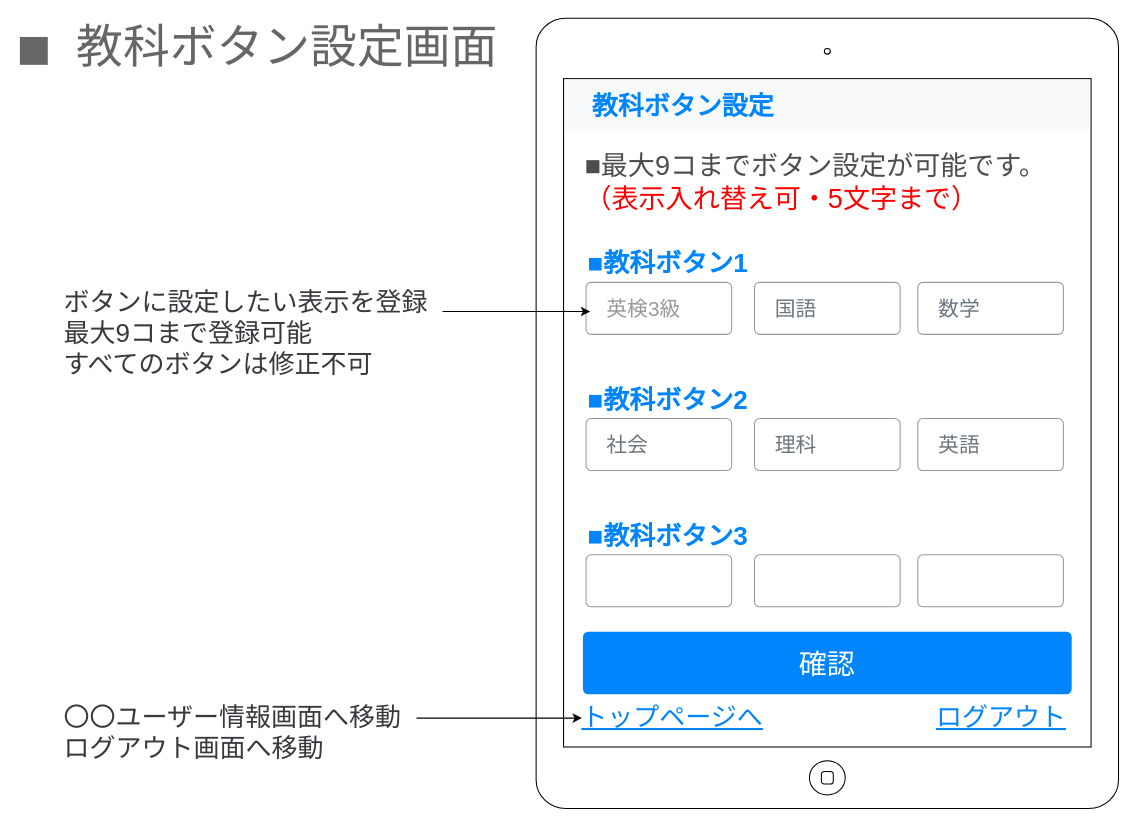
This is page "教科ボタン設定画面" (3 of 18) of 画面設計_苦手問題克服.drawio from mitsuewatanabe/practice, a draw.io file, before an edit. Source tidied: cells renumbered, new cells numbered last; positions are measured from the earlier drawing's top-left corner, leaving out a move shared by most shapes. Both pictures are drawn from the tidied source at 104%, with x=0, y=0 at pixel (18, 18).
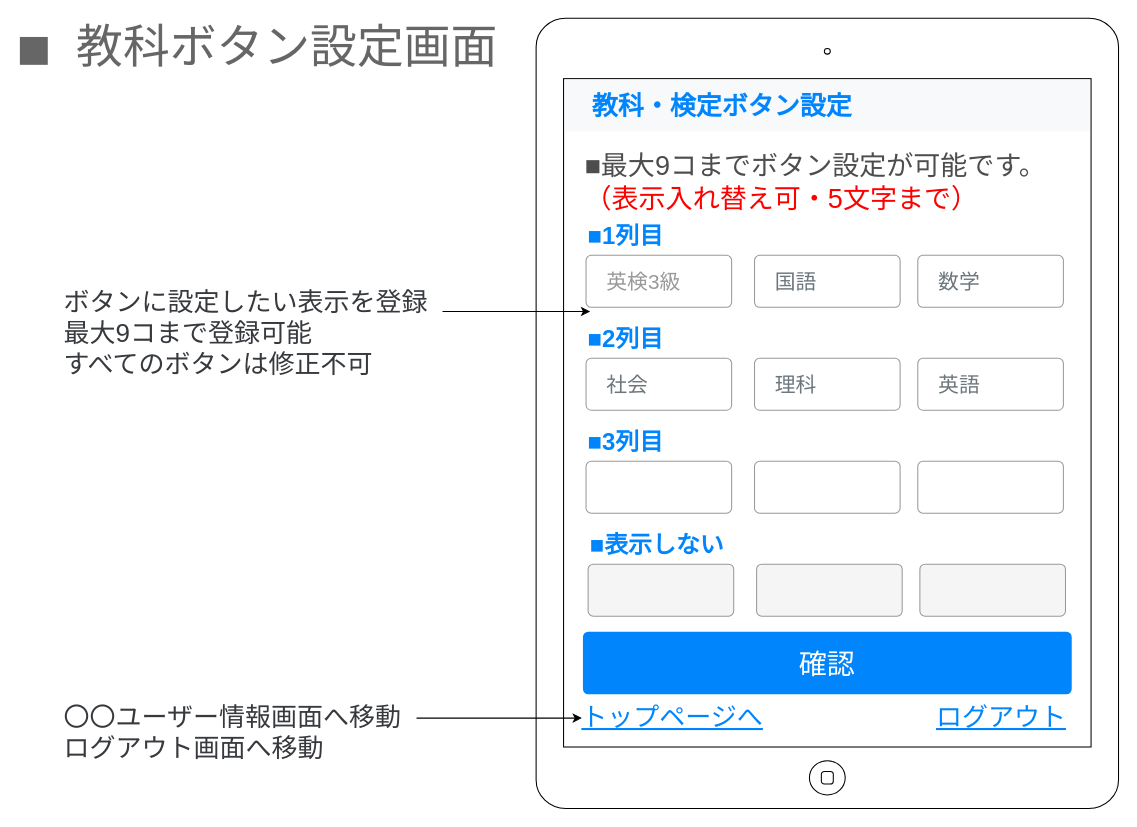
Above is the later version.

The change refers to these unchanged cells:
```xml
<mxCell id="15" style="group;" parent="14" vertex="1">
  <mxGeometry width="400" height="79" as="geometry" />
</mxCell>
<mxCell id="23" style="group;" parent="22" vertex="1">
  <mxGeometry width="400" height="79" as="geometry" />
</mxCell>
<mxCell id="31" style="group;" parent="30" vertex="1">
  <mxGeometry width="400" height="79" as="geometry" />
</mxCell>
```

The edit, as a diff of the source:
```diff
@@
-    <mxCell id="11" value="教科ボタン設定" style="text;html=1;strokeColor=none;fillColor=none;align=left;verticalAlign=middle;whiteSpace=wrap;rounded=0;fontSize=25;fontColor=#0085FC;fontStyle=1;" parent="1" vertex="1">
-      <mxGeometry x="550" y="74.4" width="258" height="19.2" as="geometry" />
+    <mxCell id="11" value="教科・検定ボタン設定" style="text;html=1;strokeColor=none;fillColor=none;align=left;verticalAlign=middle;whiteSpace=wrap;rounded=0;fontSize=25;fontColor=#0085FC;fontStyle=1;" parent="1" vertex="1">
+      <mxGeometry x="550" y="74.4" width="288" height="19.2" as="geometry" />
     </mxCell>
     <mxCell id="12" style="group;" parent="1" vertex="1">
-      <mxGeometry x="546" y="222" width="460" height="82" as="geometry" />
+      <mxGeometry x="546" y="196" width="460" height="82" as="geometry" />
     </mxCell>
@@
-    <mxCell id="17" value="■教科ボタン1" style="text;html=1;strokeColor=none;fillColor=none;align=left;verticalAlign=middle;whiteSpace=wrap;rounded=0;fontSize=25;fontColor=#0085FC;fontStyle=1;" parent="15" vertex="1">
+    <mxCell id="17" value="&lt;font style=&quot;font-size: 23px&quot;&gt;■1列目&lt;/font&gt;" style="text;html=1;strokeColor=none;fillColor=none;align=left;verticalAlign=middle;whiteSpace=wrap;rounded=0;fontSize=25;fontColor=#0085FC;fontStyle=1;" parent="15" vertex="1">
       <mxGeometry width="400" height="19.2" as="geometry" />
     </mxCell>
@@
     <mxCell id="20" style="group;" parent="1" vertex="1">
-      <mxGeometry x="546" y="353" width="460" height="82" as="geometry" />
+      <mxGeometry x="546" y="295" width="460" height="82" as="geometry" />
     </mxCell>
@@
-    <mxCell id="25" value="■教科ボタン2" style="text;html=1;strokeColor=none;fillColor=none;align=left;verticalAlign=middle;whiteSpace=wrap;rounded=0;fontSize=25;fontColor=#0085FC;fontStyle=1;" parent="23" vertex="1">
+    <mxCell id="25" value="&lt;font style=&quot;font-size: 23px&quot;&gt;■2列目&lt;/font&gt;" style="text;html=1;strokeColor=none;fillColor=none;align=left;verticalAlign=middle;whiteSpace=wrap;rounded=0;fontSize=25;fontColor=#0085FC;fontStyle=1;" parent="23" vertex="1">
       <mxGeometry width="400" height="19.2" as="geometry" />
     </mxCell>
@@
     <mxCell id="28" style="group;" parent="1" vertex="1">
-      <mxGeometry x="546" y="484" width="460" height="82" as="geometry" />
+      <mxGeometry x="546" y="394" width="460" height="82" as="geometry" />
     </mxCell>
@@
-    <mxCell id="33" value="■教科ボタン3" style="text;html=1;strokeColor=none;fillColor=none;align=left;verticalAlign=middle;whiteSpace=wrap;rounded=0;fontSize=25;fontColor=#0085FC;fontStyle=1;" parent="31" vertex="1">
+    <mxCell id="33" value="&lt;font style=&quot;font-size: 23px&quot;&gt;■3列目&lt;/font&gt;" style="text;html=1;strokeColor=none;fillColor=none;align=left;verticalAlign=middle;whiteSpace=wrap;rounded=0;fontSize=25;fontColor=#0085FC;fontStyle=1;" parent="31" vertex="1">
       <mxGeometry width="400" height="19.2" as="geometry" />
     </mxCell>
@@
+    <mxCell id="38" style="group;" parent="1" vertex="1">
+      <mxGeometry x="548" y="493" width="460" height="82" as="geometry" />
+    </mxCell>
+    <mxCell id="39" style="group;" parent="38" vertex="1">
+      <mxGeometry y="3" width="400" height="79" as="geometry" />
+    </mxCell>
+    <mxCell id="40" style="html=1;shadow=0;dashed=0;shape=mxgraph.bootstrap.rrect;rSize=5;strokeWidth=1;fillColor=#f5f5f5;fontColor=#333333;whiteSpace=wrap;align=left;verticalAlign=middle;spacingLeft=10;fontSize=20;spacing=10;strokeColor=#999999;" parent="39" vertex="1">
+      <mxGeometry y="29" width="140" height="50" as="geometry" />
+    </mxCell>
+    <mxCell id="41" value="&lt;font style=&quot;font-size: 23px&quot;&gt;■表示しない&lt;/font&gt;" style="text;html=1;strokeColor=none;fillColor=none;align=left;verticalAlign=middle;whiteSpace=wrap;rounded=0;fontSize=25;fontColor=#0085FC;fontStyle=1;" parent="39" vertex="1">
+      <mxGeometry width="400" height="19.2" as="geometry" />
+    </mxCell>
+    <mxCell id="42" style="html=1;shadow=0;dashed=0;shape=mxgraph.bootstrap.rrect;rSize=5;strokeWidth=1;fillColor=#f5f5f5;fontColor=#333333;whiteSpace=wrap;align=left;verticalAlign=middle;spacingLeft=10;fontSize=20;spacing=10;strokeColor=#999999;" parent="1" vertex="1">
+      <mxGeometry x="710" y="525" width="140" height="50" as="geometry" />
+    </mxCell>
+    <mxCell id="43" style="html=1;shadow=0;dashed=0;shape=mxgraph.bootstrap.rrect;rSize=5;strokeWidth=1;fillColor=#f5f5f5;fontColor=#333333;whiteSpace=wrap;align=left;verticalAlign=middle;spacingLeft=10;fontSize=20;spacing=10;strokeColor=#999999;" parent="1" vertex="1">
+      <mxGeometry x="867" y="525" width="140" height="50" as="geometry" />
+    </mxCell>
```
